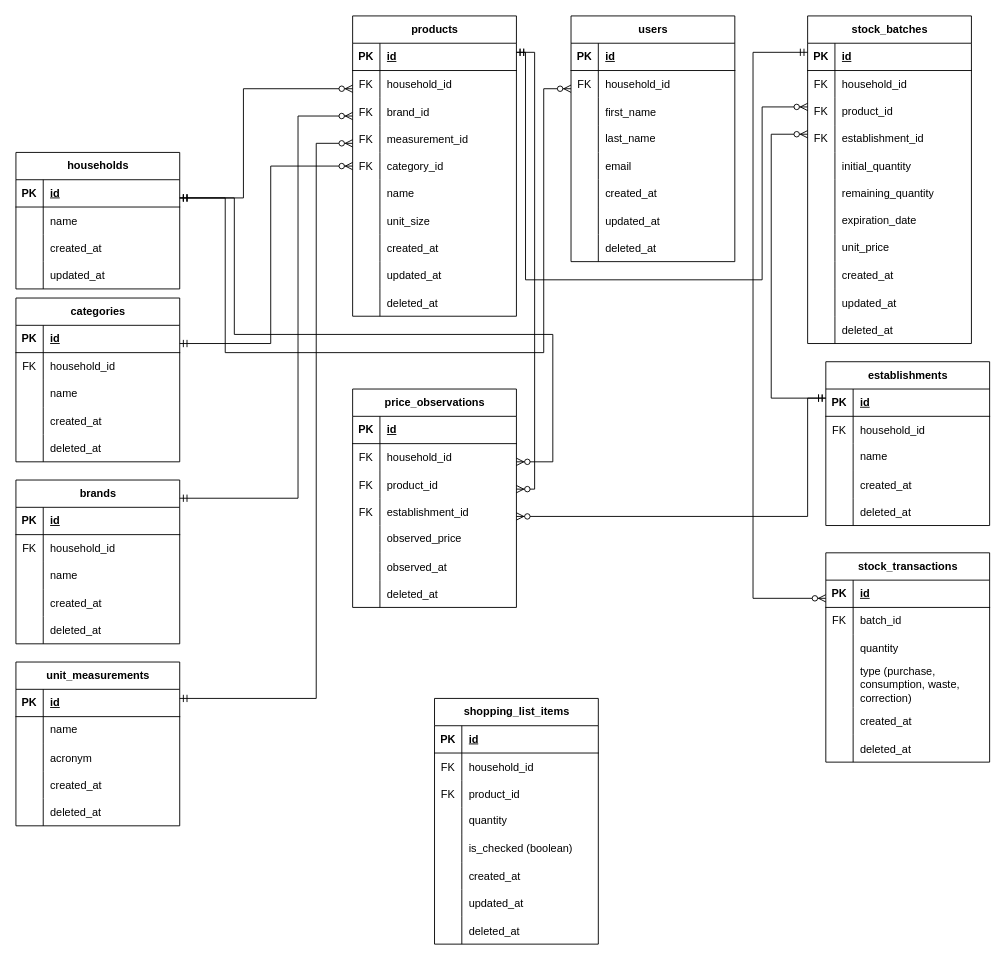
Before: digital-pantry.drawio in dev-joaovitor/despensa-digital, a draw.io diagram. Source tidied: cells renumbered, new cells numbered last; positions are measured from the earlier drawing's top-left corner, leaving out a move shared by most shapes. Both pictures are drawn from the tidied source at 91%, with x=0, y=0 at pixel (15, 15).
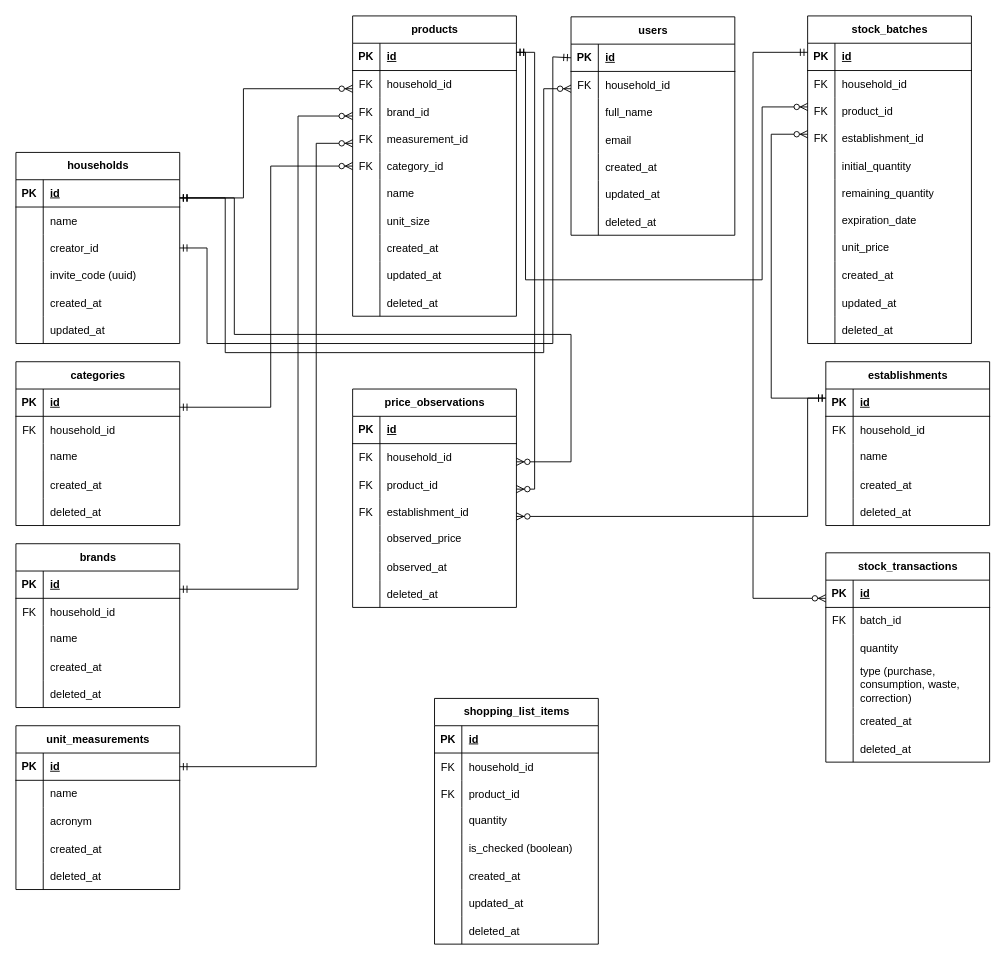
After the change.

Commit message:
docs(draw.io): add household creator_id and invite_code

Unchanged cells that the change refers to:
```xml
<mxCell id="2" value="products" style="shape=table;startSize=30;childLayout=tableLayout;rowLines=0;fontStyle=1;align=center;html=1;" parent="1" vertex="1">
  <mxGeometry x="370" width="180" height="330" as="geometry" />
</mxCell>
<mxCell id="63" style="shape=tableRow;horizontal=0;startSize=0;swimlaneHead=0;swimlaneBody=0;fillColor=none;points=[[0,0.5],[1,0.5]];portConstraint=eastwest;top=0;left=0;right=0;bottom=1;" parent="62" vertex="1">
  <mxGeometry y="30" width="180" height="30" as="geometry" />
</mxCell>
<mxCell id="168" style="shape=tableRow;horizontal=0;startSize=0;swimlaneHead=0;swimlaneBody=0;fillColor=none;points=[[0,0.5],[1,0.5]];portConstraint=eastwest;top=0;left=0;right=0;bottom=1;" parent="167" vertex="1">
  <mxGeometry y="30" width="180" height="30" as="geometry" />
</mxCell>
<mxCell id="174" style="shape=tableRow;horizontal=0;startSize=0;swimlaneHead=0;swimlaneBody=0;fillColor=none;top=0;left=0;right=0;bottom=0;" parent="167" vertex="1">
  <mxGeometry y="90" width="180" height="30" as="geometry" />
</mxCell>
<mxCell id="196" value="price_observations" style="shape=table;startSize=30;childLayout=tableLayout;rowLines=0;fontStyle=1;align=center;html=1;" parent="1" vertex="1">
  <mxGeometry x="370" y="410" width="180" height="240" as="geometry" />
</mxCell>
```

The edit, as a diff of the source:
```diff
@@
     <mxCell id="33" value="households" style="shape=table;startSize=30;childLayout=tableLayout;rowLines=0;fontStyle=1;align=center;html=1;" parent="1" vertex="1">
-      <mxGeometry y="150" width="180" height="150" as="geometry" />
+      <mxGeometry y="150" width="180" height="210" as="geometry" />
     </mxCell>
@@
+    <mxCell id="246" style="shape=tableRow;horizontal=0;startSize=0;swimlaneHead=0;swimlaneBody=0;fillColor=none;points=[[0,0.5],[1,0.5]];portConstraint=eastwest;top=0;left=0;right=0;bottom=0;" parent="33" vertex="1">
+      <mxGeometry y="90" width="180" height="30" as="geometry" />
+    </mxCell>
+    <mxCell id="247" style="shape=partialRectangle;fillColor=none;top=0;left=0;bottom=0;right=0;overflow=hidden;" parent="246" vertex="1">
+      <mxGeometry width="30" height="30" as="geometry" />
+    </mxCell>
+    <mxCell id="248" value="creator_id" style="shape=partialRectangle;fillColor=none;top=0;left=0;bottom=0;right=0;align=left;spacingLeft=6;overflow=hidden;" parent="246" vertex="1">
+      <mxGeometry x="30" width="150" height="30" as="geometry" />
+    </mxCell>
+    <mxCell id="177" style="shape=tableRow;horizontal=0;startSize=0;swimlaneHead=0;swimlaneBody=0;fillColor=none;top=0;left=0;right=0;bottom=0;" parent="33" vertex="1">
+      <mxGeometry y="120" width="180" height="30" as="geometry" />
+    </mxCell>
+    <mxCell id="249" style="shape=partialRectangle;fillColor=none;top=0;left=0;bottom=0;right=0;overflow=hidden;" parent="177" vertex="1">
+      <mxGeometry width="30" height="30" as="geometry" />
+    </mxCell>
+    <mxCell id="250" value="invite_code (uuid)" style="shape=partialRectangle;fillColor=none;top=0;left=0;bottom=0;right=0;align=left;spacingLeft=6;overflow=hidden;" parent="177" vertex="1">
+      <mxGeometry x="30" width="150" height="30" as="geometry" />
+    </mxCell>
     <mxCell id="40" style="shape=tableRow;horizontal=0;startSize=0;swimlaneHead=0;swimlaneBody=0;fillColor=none;top=0;left=0;right=0;bottom=0;" parent="33" vertex="1">
-      <mxGeometry y="90" width="180" height="30" as="geometry" />
+      <mxGeometry y="150" width="180" height="30" as="geometry" />
     </mxCell>
@@
     <mxCell id="43" style="shape=tableRow;horizontal=0;startSize=0;swimlaneHead=0;swimlaneBody=0;fillColor=none;top=0;left=0;right=0;bottom=0;" parent="33" vertex="1">
-      <mxGeometry y="120" width="180" height="30" as="geometry" />
+      <mxGeometry y="180" width="180" height="30" as="geometry" />
     </mxCell>
@@
     <mxCell id="62" value="unit_measurements" style="shape=table;startSize=30;childLayout=tableLayout;rowLines=0;fontStyle=1;align=center;html=1;" parent="1" vertex="1">
-      <mxGeometry y="710" width="180" height="180" as="geometry" />
+      <mxGeometry y="780" width="180" height="180" as="geometry" />
     </mxCell>
@@
     <mxCell id="97" value="brands" style="shape=table;startSize=30;childLayout=tableLayout;rowLines=0;fontStyle=1;align=center;html=1;" parent="1" vertex="1">
-      <mxGeometry y="510" width="180" height="180" as="geometry" />
+      <mxGeometry y="580" width="180" height="180" as="geometry" />
     </mxCell>
@@
     <mxCell id="113" value="categories" style="shape=table;startSize=30;childLayout=tableLayout;rowLines=0;fontStyle=1;align=center;html=1;" parent="1" vertex="1">
-      <mxGeometry y="310" width="180" height="180" as="geometry" />
+      <mxGeometry y="380" width="180" height="180" as="geometry" />
     </mxCell>
@@
     <mxCell id="163" style="edgeStyle=orthogonalEdgeStyle;fontSize=12;html=1;endArrow=ERzeroToMany;startArrow=ERmandOne;rounded=0;" parent="1" edge="1" source="97" target="2">
       <mxGeometry relative="1" as="geometry">
         <Array as="points">
-          <mxPoint x="310" y="530" />
+          <mxPoint x="310" y="630" />
           <mxPoint x="310" y="110" />
         </Array>
       </mxGeometry>
     </mxCell>
@@
-    <mxCell id="165" style="edgeStyle=orthogonalEdgeStyle;fontSize=12;html=1;endArrow=ERzeroToMany;startArrow=ERmandOne;rounded=0;" parent="1" edge="1" source="62" target="2">
+    <mxCell id="165" style="edgeStyle=orthogonalEdgeStyle;fontSize=12;html=1;endArrow=ERzeroToMany;startArrow=ERmandOne;rounded=0;exitX=1;exitY=0.5;exitDx=0;exitDy=0;" parent="1" edge="1" source="63" target="2">
       <mxGeometry relative="1" as="geometry">
         <Array as="points">
-          <mxPoint x="330" y="750" />
+          <mxPoint x="330" y="825" />
           <mxPoint x="330" y="140" />
         </Array>
       </mxGeometry>
     </mxCell>
     <mxCell id="166" style="edgeStyle=orthogonalEdgeStyle;fontSize=12;html=1;endArrow=ERzeroToMany;startArrow=ERmandOne;rounded=0;" parent="1" edge="1" source="113" target="2">
       <mxGeometry relative="1" as="geometry">
         <Array as="points">
-          <mxPoint x="280" y="360" />
+          <mxPoint x="280" y="430" />
           <mxPoint x="280" y="165" />
         </Array>
       </mxGeometry>
     </mxCell>
     <mxCell id="167" value="users" style="shape=table;startSize=30;childLayout=tableLayout;rowLines=0;fontStyle=1;align=center;html=1;" parent="1" vertex="1">
-      <mxGeometry x="610" width="180" height="270" as="geometry" />
+      <mxGeometry x="610" y="1" width="180" height="240" as="geometry" />
     </mxCell>
@@
-    <mxCell id="176" value="first_name" style="shape=partialRectangle;fillColor=none;top=0;left=0;bottom=0;right=0;align=left;spacingLeft=6;overflow=hidden;" parent="174" vertex="1">
+    <mxCell id="176" value="full_name" style="shape=partialRectangle;fillColor=none;top=0;left=0;bottom=0;right=0;align=left;spacingLeft=6;overflow=hidden;" parent="174" vertex="1">
       <mxGeometry x="30" width="150" height="30" as="geometry" />
     </mxCell>
-    <mxCell id="177" style="shape=tableRow;horizontal=0;startSize=0;swimlaneHead=0;swimlaneBody=0;fillColor=none;top=0;left=0;right=0;bottom=0;" parent="167" vertex="1">
-      <mxGeometry y="120" width="180" height="30" as="geometry" />
-    </mxCell>
-    <mxCell id="178" style="shape=partialRectangle;fillColor=none;top=0;left=0;bottom=0;right=0;overflow=hidden;whiteSpace=wrap;html=1;" parent="177" vertex="1">
-      <mxGeometry width="30" height="30" as="geometry" />
-    </mxCell>
-    <mxCell id="179" value="last_name" style="shape=partialRectangle;fillColor=none;top=0;left=0;bottom=0;right=0;align=left;spacingLeft=6;overflow=hidden;whiteSpace=wrap;html=1;" parent="177" vertex="1">
-      <mxGeometry x="30" width="150" height="30" as="geometry" />
-    </mxCell>
     <mxCell id="180" style="shape=tableRow;horizontal=0;startSize=0;swimlaneHead=0;swimlaneBody=0;fillColor=none;top=0;left=0;right=0;bottom=0;" parent="167" vertex="1">
-      <mxGeometry y="150" width="180" height="30" as="geometry" />
+      <mxGeometry y="120" width="180" height="30" as="geometry" />
     </mxCell>
@@
     <mxCell id="183" style="shape=tableRow;horizontal=0;startSize=0;swimlaneHead=0;swimlaneBody=0;fillColor=none;top=0;left=0;right=0;bottom=0;" parent="167" vertex="1">
-      <mxGeometry y="180" width="180" height="30" as="geometry" />
+      <mxGeometry y="150" width="180" height="30" as="geometry" />
     </mxCell>
@@
     <mxCell id="186" style="shape=tableRow;horizontal=0;startSize=0;swimlaneHead=0;swimlaneBody=0;fillColor=none;top=0;left=0;right=0;bottom=0;" parent="167" vertex="1">
-      <mxGeometry y="210" width="180" height="30" as="geometry" />
+      <mxGeometry y="180" width="180" height="30" as="geometry" />
     </mxCell>
@@
     <mxCell id="189" style="shape=tableRow;horizontal=0;startSize=0;swimlaneHead=0;swimlaneBody=0;fillColor=none;top=0;left=0;right=0;bottom=0;" parent="167" vertex="1">
-      <mxGeometry y="240" width="180" height="30" as="geometry" />
+      <mxGeometry y="210" width="180" height="30" as="geometry" />
     </mxCell>
@@
     <mxCell id="218" style="edgeStyle=orthogonalEdgeStyle;fontSize=12;html=1;endArrow=ERzeroToMany;startArrow=ERmandOne;rounded=0;" parent="1" edge="1" source="33" target="196">
       <mxGeometry relative="1" as="geometry">
         <Array as="points">
           <mxPoint x="240" y="200" />
           <mxPoint x="240" y="350" />
-          <mxPoint x="590" y="350" />
-          <mxPoint x="590" y="490" />
+          <mxPoint x="610" y="350" />
+          <mxPoint x="610" y="490" />
         </Array>
       </mxGeometry>
     </mxCell>
@@
+    <mxCell id="251" style="edgeStyle=orthogonalEdgeStyle;fontSize=12;html=1;endArrow=ERmandOne;startArrow=ERmandOne;rounded=0;entryX=0;entryY=0.5;entryDx=0;entryDy=0;exitX=1;exitY=0.5;exitDx=0;exitDy=0;" parent="1" edge="1" source="246" target="168">
+      <mxGeometry relative="1" as="geometry">
+        <Array as="points">
+          <mxPoint x="210" y="255" />
+          <mxPoint x="210" y="360" />
+          <mxPoint x="590" y="360" />
+          <mxPoint x="590" y="45" />
+        </Array>
+      </mxGeometry>
+    </mxCell>
```
